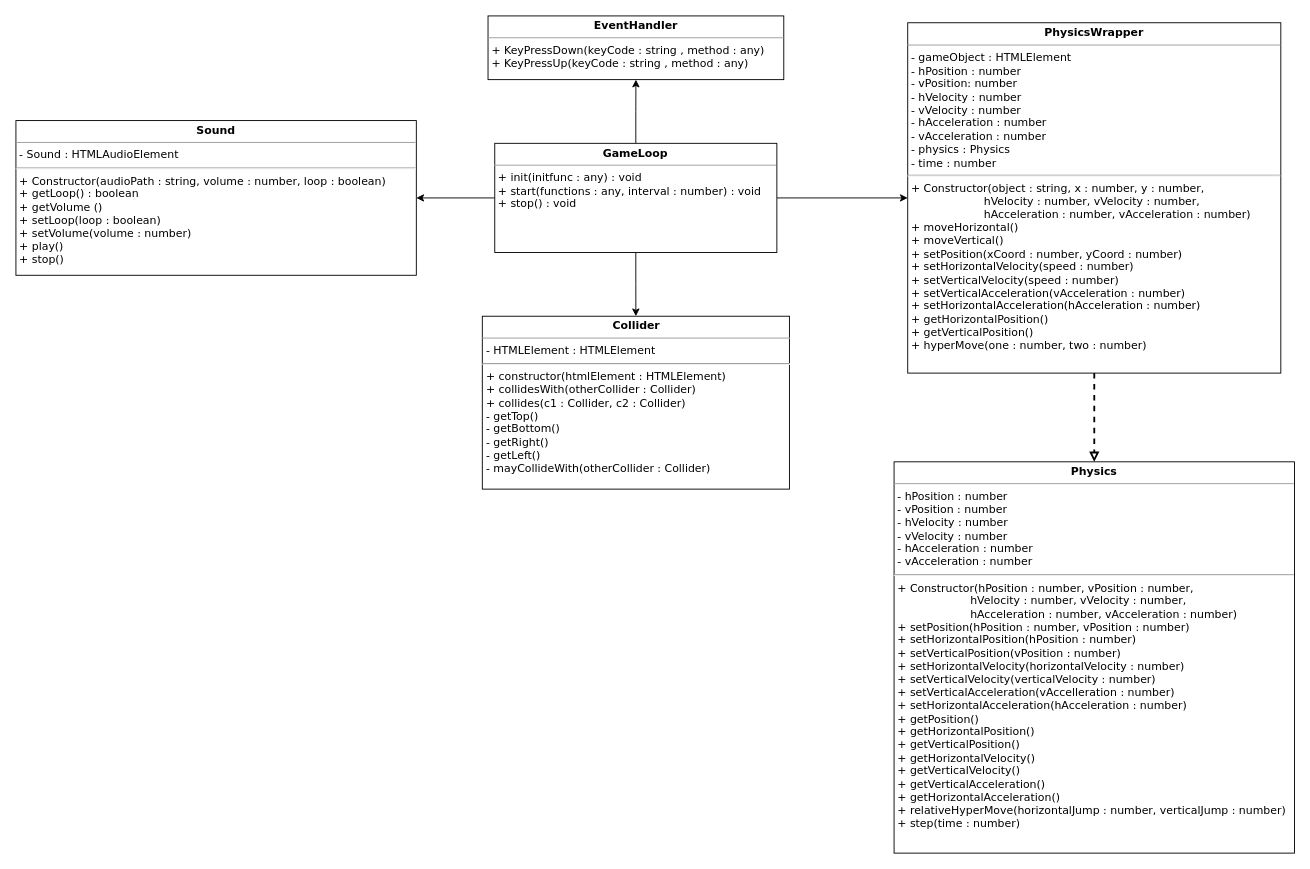
jogvanrs/flappybird2.0 keeps this draw.io diagram as flappyengine/Diagrams/Class/Class.drawio. Above is the earlier version. Source tidied: cells renumbered, new cells numbered last; positions are measured from the earlier drawing's top-left corner, leaving out a move shared by most shapes. Both pictures are drawn from the tidied source at 91%, with x=0, y=0 at pixel (15, 15).
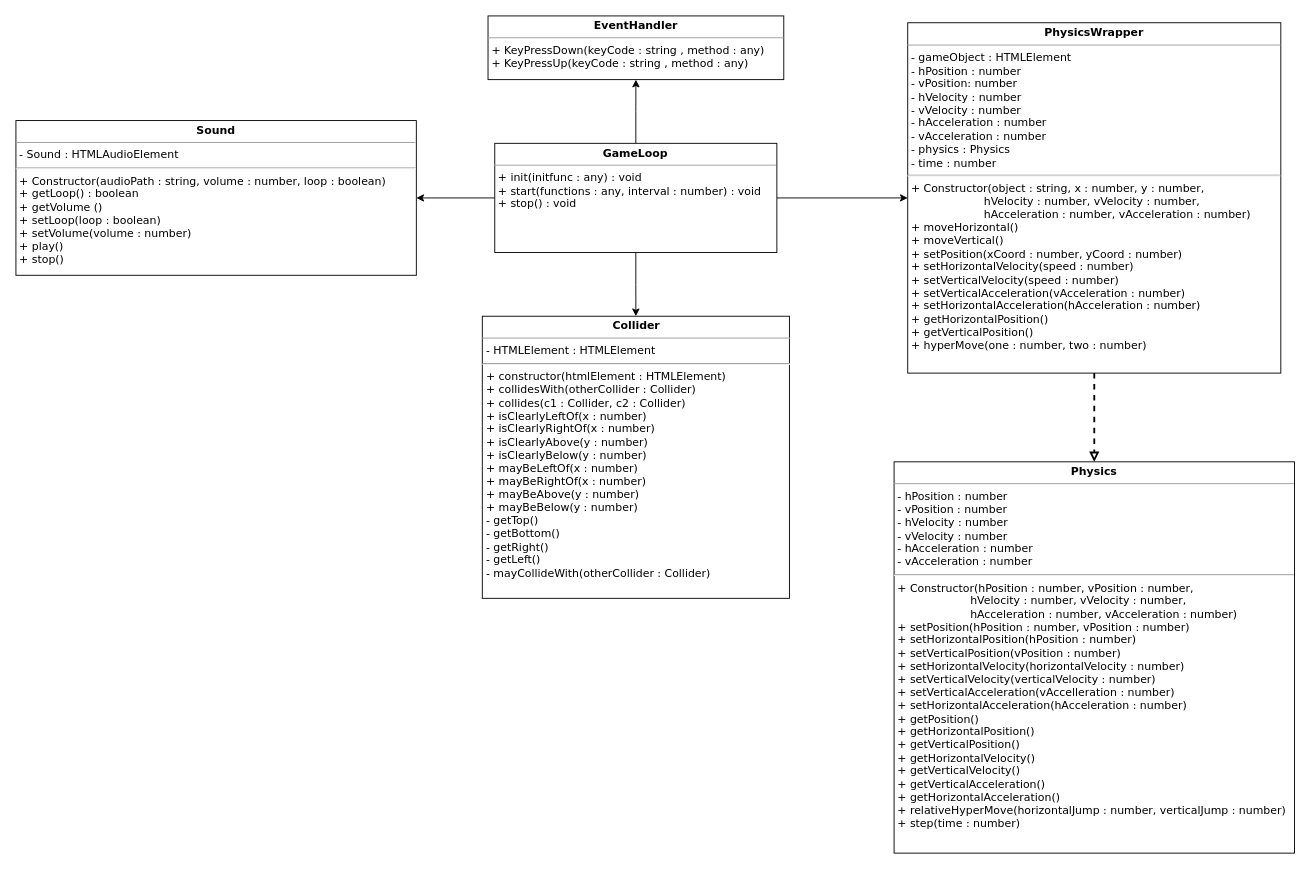
After the change.

Commit message (it also covers changes not shown here):
updated class diagram

The edit, as a diff of the source:
```diff
@@
 <mxGraphModel>
   <root>
     <mxCell id="0" />
     <mxCell id="1" parent="0" />
     <mxCell id="2" style="edgeStyle=orthogonalEdgeStyle;rounded=0;jettySize=auto;html=1;" parent="1" edge="1" source="6" target="12">
       <mxGeometry relative="1" as="geometry" />
     </mxCell>
     <mxCell id="3" style="edgeStyle=orthogonalEdgeStyle;rounded=0;jettySize=auto;html=1;entryX=0.5;entryY=1;entryDx=0;entryDy=0;" parent="1" edge="1" source="6" target="7">
       <mxGeometry relative="1" as="geometry" />
     </mxCell>
     <mxCell id="4" style="edgeStyle=orthogonalEdgeStyle;rounded=0;jettySize=auto;html=1;entryX=0.5;entryY=0;entryDx=0;entryDy=0;" parent="1" edge="1" source="6" target="8">
       <mxGeometry relative="1" as="geometry" />
     </mxCell>
     <mxCell id="5" style="edgeStyle=orthogonalEdgeStyle;rounded=0;jettySize=auto;html=1;" parent="1" edge="1" source="6" target="13">
       <mxGeometry relative="1" as="geometry" />
     </mxCell>
     <mxCell id="6" value="&lt;p style=&quot;margin: 0px ; margin-top: 4px ; text-align: center&quot;&gt;&lt;b&gt;&lt;font face=&quot;Verdana&quot;&gt;GameLoop&lt;/font&gt;&lt;/b&gt;&lt;/p&gt;&lt;hr size=&quot;1&quot;&gt;&lt;p style=&quot;margin: 0px ; margin-left: 4px&quot;&gt;&lt;font face=&quot;Verdana&quot;&gt;+ init(initfunc : any) : void&lt;br&gt;+ start(functions : any, interval : number) : void&amp;nbsp;&lt;/font&gt;&lt;/p&gt;&lt;p style=&quot;margin: 0px ; margin-left: 4px&quot;&gt;&lt;font face=&quot;Verdana&quot;&gt;+ stop() : void&lt;/font&gt;&lt;/p&gt;" style="verticalAlign=top;align=left;overflow=fill;fontSize=12;fontFamily=Helvetica;html=1;" parent="1" vertex="1">
       <mxGeometry x="526.2" y="140" width="310" height="120" as="geometry" />
     </mxCell>
     <mxCell id="7" value="&lt;p style=&quot;margin: 0px ; margin-top: 4px ; text-align: center&quot;&gt;&lt;font face=&quot;Verdana&quot;&gt;&lt;b&gt;EventHandler&lt;/b&gt;&lt;/font&gt;&lt;/p&gt;&lt;hr size=&quot;1&quot;&gt;&lt;p style=&quot;margin: 0px ; margin-left: 4px&quot;&gt;&lt;span style=&quot;font-family: &amp;#34;verdana&amp;#34;&quot;&gt;+ KeyPressDown(keyCode : string , method : any)&lt;/span&gt;&lt;br&gt;&lt;/p&gt;&lt;p style=&quot;margin: 0px ; margin-left: 4px&quot;&gt;&lt;span style=&quot;font-family: &amp;#34;verdana&amp;#34;&quot;&gt;+ KeyPressUp(keyCode : string , method : any)&lt;/span&gt;&lt;br&gt;&lt;/p&gt;" style="verticalAlign=top;align=left;overflow=fill;fontSize=12;fontFamily=Helvetica;html=1;" parent="1" vertex="1">
       <mxGeometry x="518.8" width="325" height="70" as="geometry" />
     </mxCell>
-    <mxCell id="8" value="&lt;p style=&quot;margin: 0px ; margin-top: 4px ; text-align: center&quot;&gt;&lt;b&gt;&lt;font face=&quot;Verdana&quot;&gt;Collider&lt;/font&gt;&lt;/b&gt;&lt;/p&gt;&lt;hr size=&quot;1&quot;&gt;&lt;p style=&quot;margin: 0px ; margin-left: 4px&quot;&gt;&lt;font face=&quot;Verdana&quot;&gt;- HTMLElement : HTMLElement&lt;/font&gt;&lt;/p&gt;&lt;hr&gt;&lt;p style=&quot;margin: 0px 0px 0px 4px&quot;&gt;&lt;font face=&quot;Verdana&quot;&gt;+ constructor(htmlElement : HTMLElement)&lt;/font&gt;&lt;/p&gt;&lt;p style=&quot;margin: 0px 0px 0px 4px&quot;&gt;&lt;font face=&quot;Verdana&quot;&gt;+ collidesWith(otherCollider : Collider)&lt;/font&gt;&lt;/p&gt;&lt;p style=&quot;margin: 0px 0px 0px 4px&quot;&gt;&lt;font face=&quot;Verdana&quot;&gt;+ collides(c1 : Collider, c2 : Collider)&lt;/font&gt;&lt;/p&gt;&lt;p style=&quot;margin: 0px 0px 0px 4px&quot;&gt;&lt;font face=&quot;Verdana&quot;&gt;- getTop()&lt;/font&gt;&lt;/p&gt;&lt;p style=&quot;margin: 0px 0px 0px 4px&quot;&gt;&lt;font face=&quot;Verdana&quot;&gt;- getBottom()&lt;/font&gt;&lt;/p&gt;&lt;p style=&quot;margin: 0px 0px 0px 4px&quot;&gt;&lt;font face=&quot;Verdana&quot;&gt;- getRight()&lt;/font&gt;&lt;/p&gt;&lt;p style=&quot;margin: 0px 0px 0px 4px&quot;&gt;&lt;font face=&quot;Verdana&quot;&gt;- getLeft()&lt;/font&gt;&lt;/p&gt;&lt;p style=&quot;margin: 0px 0px 0px 4px&quot;&gt;&lt;font face=&quot;Verdana&quot;&gt;- mayCollideWith(otherCollider : Collider)&lt;/font&gt;&lt;/p&gt;" style="verticalAlign=top;align=left;overflow=fill;fontSize=12;fontFamily=Helvetica;html=1;" parent="1" vertex="1">
-      <mxGeometry x="512.5" y="330" width="337.5" height="190" as="geometry" />
+    <mxCell id="8" value="&lt;p style=&quot;margin: 0px ; margin-top: 4px ; text-align: center&quot;&gt;&lt;b&gt;&lt;font face=&quot;Verdana&quot;&gt;Collider&lt;/font&gt;&lt;/b&gt;&lt;/p&gt;&lt;hr size=&quot;1&quot;&gt;&lt;p style=&quot;margin: 0px ; margin-left: 4px&quot;&gt;&lt;font face=&quot;Verdana&quot;&gt;- HTMLElement : HTMLElement&lt;/font&gt;&lt;/p&gt;&lt;hr&gt;&lt;p style=&quot;margin: 0px 0px 0px 4px&quot;&gt;&lt;font face=&quot;Verdana&quot;&gt;+ constructor(htmlElement : HTMLElement)&lt;/font&gt;&lt;/p&gt;&lt;p style=&quot;margin: 0px 0px 0px 4px&quot;&gt;&lt;font face=&quot;Verdana&quot;&gt;+ collidesWith(otherCollider : Collider)&lt;/font&gt;&lt;/p&gt;&lt;p style=&quot;margin: 0px 0px 0px 4px&quot;&gt;&lt;font face=&quot;Verdana&quot;&gt;+ collides(c1 : Collider, c2 : Collider)&lt;/font&gt;&lt;/p&gt;&lt;p style=&quot;margin: 0px 0px 0px 4px&quot;&gt;&lt;font face=&quot;Verdana&quot;&gt;+ isClearlyLeftOf(x : number)&lt;/font&gt;&lt;/p&gt;&lt;p style=&quot;margin: 0px 0px 0px 4px&quot;&gt;&lt;font face=&quot;Verdana&quot;&gt;+ isClearlyRightOf(x : number)&lt;/font&gt;&lt;/p&gt;&lt;p style=&quot;margin: 0px 0px 0px 4px&quot;&gt;&lt;font face=&quot;Verdana&quot;&gt;+ isClearlyAbove(y : number)&lt;/font&gt;&lt;/p&gt;&lt;p style=&quot;margin: 0px 0px 0px 4px&quot;&gt;&lt;font face=&quot;Verdana&quot;&gt;+ isClearlyBelow(y : number)&lt;/font&gt;&lt;/p&gt;&lt;p style=&quot;margin: 0px 0px 0px 4px&quot;&gt;&lt;font face=&quot;Verdana&quot;&gt;+ mayBeLeftOf(x : number)&lt;/font&gt;&lt;/p&gt;&lt;p style=&quot;margin: 0px 0px 0px 4px&quot;&gt;&lt;font face=&quot;Verdana&quot;&gt;+ mayBeRightOf(x : number)&lt;/font&gt;&lt;/p&gt;&lt;p style=&quot;margin: 0px 0px 0px 4px&quot;&gt;&lt;font face=&quot;Verdana&quot;&gt;+ mayBeAbove(y : number)&lt;/font&gt;&lt;/p&gt;&lt;p style=&quot;margin: 0px 0px 0px 4px&quot;&gt;&lt;font face=&quot;Verdana&quot;&gt;+ mayBeBelow(y : number)&lt;/font&gt;&lt;/p&gt;&lt;p style=&quot;margin: 0px 0px 0px 4px&quot;&gt;&lt;font face=&quot;Verdana&quot;&gt;- getTop()&lt;/font&gt;&lt;/p&gt;&lt;p style=&quot;margin: 0px 0px 0px 4px&quot;&gt;&lt;font face=&quot;Verdana&quot;&gt;- getBottom()&lt;/font&gt;&lt;/p&gt;&lt;p style=&quot;margin: 0px 0px 0px 4px&quot;&gt;&lt;font face=&quot;Verdana&quot;&gt;- getRight()&lt;/font&gt;&lt;/p&gt;&lt;p style=&quot;margin: 0px 0px 0px 4px&quot;&gt;&lt;font face=&quot;Verdana&quot;&gt;- getLeft()&lt;/font&gt;&lt;/p&gt;&lt;p style=&quot;margin: 0px 0px 0px 4px&quot;&gt;&lt;font face=&quot;Verdana&quot;&gt;- mayCollideWith(otherCollider : Collider)&lt;/font&gt;&lt;/p&gt;" style="verticalAlign=top;align=left;overflow=fill;fontSize=12;fontFamily=Helvetica;html=1;" parent="1" vertex="1">
+      <mxGeometry x="512.5" y="330" width="337.5" height="310" as="geometry" />
     </mxCell>
     <mxCell id="9" value="&lt;p style=&quot;margin: 0px ; margin-top: 4px ; text-align: center&quot;&gt;&lt;b&gt;&lt;font face=&quot;Verdana&quot;&gt;Physics&lt;/font&gt;&lt;/b&gt;&lt;/p&gt;&lt;hr size=&quot;1&quot;&gt;&lt;p style=&quot;margin: 0px ; margin-left: 4px&quot;&gt;&lt;font face=&quot;Verdana&quot;&gt;- hPosition : number&lt;/font&gt;&lt;/p&gt;&lt;p style=&quot;margin: 0px ; margin-left: 4px&quot;&gt;&lt;font face=&quot;Verdana&quot;&gt;- vPosition : number&lt;/font&gt;&lt;/p&gt;&lt;p style=&quot;margin: 0px ; margin-left: 4px&quot;&gt;&lt;font face=&quot;Verdana&quot;&gt;- hVelocity : number&lt;/font&gt;&lt;/p&gt;&lt;p style=&quot;margin: 0px ; margin-left: 4px&quot;&gt;&lt;font face=&quot;Verdana&quot;&gt;- vVelocity : number&lt;/font&gt;&lt;/p&gt;&lt;p style=&quot;margin: 0px ; margin-left: 4px&quot;&gt;&lt;font face=&quot;Verdana&quot;&gt;- hAcceleration : number&lt;/font&gt;&lt;/p&gt;&lt;p style=&quot;margin: 0px ; margin-left: 4px&quot;&gt;&lt;font face=&quot;Verdana&quot;&gt;- vAcceleration : number&lt;/font&gt;&lt;/p&gt;&lt;hr&gt;&lt;p style=&quot;margin: 0px 0px 0px 4px&quot;&gt;&lt;font face=&quot;Verdana&quot;&gt;+ Constructor(hPosition : number, vPosition : number,&lt;/font&gt;&lt;/p&gt;&lt;p style=&quot;margin: 0px 0px 0px 4px&quot;&gt;&lt;font face=&quot;Verdana&quot;&gt;&amp;nbsp; &amp;nbsp; &amp;nbsp; &amp;nbsp; &amp;nbsp; &amp;nbsp; &amp;nbsp; &amp;nbsp; &amp;nbsp; &amp;nbsp; &amp;nbsp;hVelocity : number, vVelocity : number,&lt;/font&gt;&lt;/p&gt;&lt;p style=&quot;margin: 0px 0px 0px 4px&quot;&gt;&lt;font face=&quot;Verdana&quot;&gt;&amp;nbsp; &amp;nbsp; &amp;nbsp; &amp;nbsp; &amp;nbsp; &amp;nbsp; &amp;nbsp; &amp;nbsp; &amp;nbsp; &amp;nbsp; &amp;nbsp;hAcceleration : number, vAcceleration : number)&amp;nbsp;&lt;/font&gt;&lt;/p&gt;&lt;p style=&quot;margin: 0px 0px 0px 4px&quot;&gt;&lt;font face=&quot;Verdana&quot;&gt;+ setPosition(hPosition : number, vPosition : number)&lt;/font&gt;&lt;/p&gt;&lt;p style=&quot;margin: 0px 0px 0px 4px&quot;&gt;&lt;font face=&quot;Verdana&quot;&gt;+ setHorizontalPosition(hPosition : number)&lt;/font&gt;&lt;/p&gt;&lt;p style=&quot;margin: 0px 0px 0px 4px&quot;&gt;&lt;font face=&quot;Verdana&quot;&gt;+ setVerticalPosition(vPosition : number)&lt;/font&gt;&lt;/p&gt;&lt;p style=&quot;margin: 0px 0px 0px 4px&quot;&gt;&lt;font face=&quot;Verdana&quot;&gt;+ setHorizontalVelocity(horizontalVelocity : number)&lt;/font&gt;&lt;/p&gt;&lt;p style=&quot;margin: 0px 0px 0px 4px&quot;&gt;&lt;font face=&quot;Verdana&quot;&gt;+ setVerticalVelocity(verticalVelocity : number)&amp;nbsp;&lt;/font&gt;&lt;/p&gt;&lt;p style=&quot;margin: 0px 0px 0px 4px&quot;&gt;&lt;font face=&quot;Verdana&quot;&gt;+ setVerticalAcceleration(vAccelleration : number)&lt;/font&gt;&lt;/p&gt;&lt;p style=&quot;margin: 0px 0px 0px 4px&quot;&gt;&lt;font face=&quot;Verdana&quot;&gt;+ setHorizontalAcceleration(hAcceleration : number)&lt;/font&gt;&lt;/p&gt;&lt;p style=&quot;margin: 0px 0px 0px 4px&quot;&gt;&lt;font face=&quot;Verdana&quot;&gt;+ getPosition()&lt;/font&gt;&lt;/p&gt;&lt;p style=&quot;margin: 0px 0px 0px 4px&quot;&gt;&lt;font face=&quot;Verdana&quot;&gt;+ getHorizontalPosition()&lt;/font&gt;&lt;/p&gt;&lt;p style=&quot;margin: 0px 0px 0px 4px&quot;&gt;&lt;font face=&quot;Verdana&quot;&gt;+ getVerticalPosition()&lt;/font&gt;&lt;/p&gt;&lt;p style=&quot;margin: 0px 0px 0px 4px&quot;&gt;&lt;font face=&quot;Verdana&quot;&gt;+ getHorizontalVelocity()&lt;/font&gt;&lt;/p&gt;&lt;p style=&quot;margin: 0px 0px 0px 4px&quot;&gt;&lt;font face=&quot;Verdana&quot;&gt;+ getVerticalVelocity()&amp;nbsp;&lt;/font&gt;&lt;/p&gt;&lt;p style=&quot;margin: 0px 0px 0px 4px&quot;&gt;&lt;font face=&quot;Verdana&quot;&gt;+ getVerticalAcceleration()&lt;/font&gt;&lt;/p&gt;&lt;p style=&quot;margin: 0px 0px 0px 4px&quot;&gt;&lt;font face=&quot;Verdana&quot;&gt;+ getHorizontalAcceleration()&lt;/font&gt;&lt;/p&gt;&lt;p style=&quot;margin: 0px 0px 0px 4px&quot;&gt;&lt;font face=&quot;Verdana&quot;&gt;+ relativeHyperMove(horizontalJump : number, verticalJump : number)&lt;/font&gt;&lt;/p&gt;&lt;p style=&quot;margin: 0px 0px 0px 4px&quot;&gt;&lt;font face=&quot;Verdana&quot;&gt;+ step(time : number)&lt;/font&gt;&lt;/p&gt;" style="verticalAlign=top;align=left;overflow=fill;fontSize=12;fontFamily=Helvetica;html=1;" parent="1" vertex="1">
       <mxGeometry x="965" y="490" width="440" height="430" as="geometry" />
     </mxCell>
     <mxCell id="10" style="edgeStyle=orthogonalEdgeStyle;rounded=0;orthogonalLoop=1;jettySize=auto;html=1;exitX=0.5;exitY=1;exitDx=0;exitDy=0;" parent="1" edge="1" source="6" target="6">
       <mxGeometry relative="1" as="geometry" />
     </mxCell>
     <mxCell id="11" style="edgeStyle=orthogonalEdgeStyle;rounded=0;jettySize=auto;html=1;dashed=1;strokeWidth=2;endArrow=block;endFill=0;" parent="1" edge="1" source="12" target="9">
       <mxGeometry relative="1" as="geometry" />
     </mxCell>
     <mxCell id="12" value="&lt;p style=&quot;margin: 0px ; margin-top: 4px ; text-align: center&quot;&gt;&lt;b&gt;&lt;font face=&quot;Verdana&quot;&gt;PhysicsWrapper&lt;/font&gt;&lt;/b&gt;&lt;/p&gt;&lt;hr size=&quot;1&quot;&gt;&lt;p style=&quot;margin: 0px ; margin-left: 4px&quot;&gt;&lt;font face=&quot;Verdana&quot;&gt;- gameObject : HTMLElement&lt;/font&gt;&lt;/p&gt;&lt;p style=&quot;margin: 0px ; margin-left: 4px&quot;&gt;&lt;font face=&quot;Verdana&quot;&gt;- hPosition : number&lt;/font&gt;&lt;/p&gt;&lt;p style=&quot;margin: 0px ; margin-left: 4px&quot;&gt;&lt;font face=&quot;Verdana&quot;&gt;- vPosition: number&lt;/font&gt;&lt;/p&gt;&lt;p style=&quot;margin: 0px ; margin-left: 4px&quot;&gt;&lt;font face=&quot;Verdana&quot;&gt;- hVelocity : number&lt;/font&gt;&lt;/p&gt;&lt;p style=&quot;margin: 0px ; margin-left: 4px&quot;&gt;&lt;font face=&quot;Verdana&quot;&gt;- vVelocity : number&lt;/font&gt;&lt;/p&gt;&lt;p style=&quot;margin: 0px ; margin-left: 4px&quot;&gt;&lt;font face=&quot;Verdana&quot;&gt;- hAcceleration : number&lt;/font&gt;&lt;/p&gt;&lt;p style=&quot;margin: 0px ; margin-left: 4px&quot;&gt;&lt;font face=&quot;Verdana&quot;&gt;- vAcceleration : number&lt;/font&gt;&lt;/p&gt;&lt;p style=&quot;margin: 0px ; margin-left: 4px&quot;&gt;&lt;font face=&quot;Verdana&quot;&gt;- physics : Physics&lt;/font&gt;&lt;/p&gt;&lt;p style=&quot;margin: 0px ; margin-left: 4px&quot;&gt;&lt;font face=&quot;Verdana&quot;&gt;- time : number&lt;/font&gt;&lt;/p&gt;&lt;hr&gt;&lt;p style=&quot;margin: 0px 0px 0px 4px&quot;&gt;&lt;font face=&quot;Verdana&quot;&gt;+ Constructor(object : string, x : number, y : number,&lt;/font&gt;&lt;/p&gt;&lt;p style=&quot;margin: 0px 0px 0px 4px&quot;&gt;&lt;font face=&quot;Verdana&quot;&gt;&amp;nbsp; &amp;nbsp; &amp;nbsp; &amp;nbsp; &amp;nbsp; &amp;nbsp; &amp;nbsp; &amp;nbsp; &amp;nbsp; &amp;nbsp; &amp;nbsp;hVelocity : number, vVelocity : number,&lt;/font&gt;&lt;/p&gt;&lt;p style=&quot;margin: 0px 0px 0px 4px&quot;&gt;&lt;font face=&quot;Verdana&quot;&gt;&amp;nbsp; &amp;nbsp; &amp;nbsp; &amp;nbsp; &amp;nbsp; &amp;nbsp; &amp;nbsp; &amp;nbsp; &amp;nbsp; &amp;nbsp; &amp;nbsp;hAcceleration : number, vAcceleration : number)&amp;nbsp;&lt;/font&gt;&lt;/p&gt;&lt;p style=&quot;margin: 0px 0px 0px 4px&quot;&gt;&lt;font face=&quot;Verdana&quot;&gt;+ moveHorizontal()&lt;/font&gt;&lt;/p&gt;&lt;p style=&quot;margin: 0px 0px 0px 4px&quot;&gt;&lt;font face=&quot;Verdana&quot;&gt;+ moveVertical()&lt;/font&gt;&lt;/p&gt;&lt;p style=&quot;margin: 0px 0px 0px 4px&quot;&gt;&lt;font face=&quot;Verdana&quot;&gt;+ setPosition(xCoord : number, yCoord : number)&lt;/font&gt;&lt;/p&gt;&lt;p style=&quot;margin: 0px 0px 0px 4px&quot;&gt;&lt;font face=&quot;Verdana&quot;&gt;+ setHorizontalVelocity(speed : number)&lt;/font&gt;&lt;/p&gt;&lt;p style=&quot;margin: 0px 0px 0px 4px&quot;&gt;&lt;font face=&quot;Verdana&quot;&gt;+ setVerticalVelocity(speed : number)&amp;nbsp;&lt;/font&gt;&lt;/p&gt;&lt;p style=&quot;margin: 0px 0px 0px 4px&quot;&gt;&lt;font face=&quot;Verdana&quot;&gt;+ setVerticalAcceleration(vAcceleration : number)&lt;/font&gt;&lt;/p&gt;&lt;p style=&quot;margin: 0px 0px 0px 4px&quot;&gt;&lt;font face=&quot;Verdana&quot;&gt;+ setHorizontalAcceleration(hAcceleration : number)&lt;/font&gt;&lt;/p&gt;&lt;p style=&quot;margin: 0px 0px 0px 4px&quot;&gt;&lt;font face=&quot;Verdana&quot;&gt;+ getHorizontalPosition()&lt;/font&gt;&lt;/p&gt;&lt;p style=&quot;margin: 0px 0px 0px 4px&quot;&gt;&lt;font face=&quot;Verdana&quot;&gt;+ getVerticalPosition()&lt;/font&gt;&lt;/p&gt;&lt;p style=&quot;margin: 0px 0px 0px 4px&quot;&gt;&lt;font face=&quot;Verdana&quot;&gt;+ hyperMove(one : number, two : number)&lt;/font&gt;&lt;/p&gt;" style="verticalAlign=top;align=left;overflow=fill;fontSize=12;fontFamily=Helvetica;html=1;" parent="1" vertex="1">
       <mxGeometry x="980" y="7.5" width="410" height="385" as="geometry" />
     </mxCell>
     <mxCell id="13" value="&lt;p style=&quot;margin: 0px ; margin-top: 4px ; text-align: center&quot;&gt;&lt;font face=&quot;Verdana&quot;&gt;&lt;b&gt;Sound&lt;/b&gt;&lt;/font&gt;&lt;/p&gt;&lt;hr size=&quot;1&quot;&gt;&lt;p style=&quot;margin: 0px ; margin-left: 4px&quot;&gt;&lt;font face=&quot;Verdana&quot;&gt;- Sound : HTMLAudioElement&lt;br&gt;&lt;/font&gt;&lt;/p&gt;&lt;hr&gt;&lt;p style=&quot;margin: 0px 0px 0px 4px&quot;&gt;&lt;font face=&quot;Verdana&quot;&gt;+ Constructor(audioPath : string, volume : number, loop : boolean)&lt;/font&gt;&lt;/p&gt;&lt;p style=&quot;margin: 0px 0px 0px 4px&quot;&gt;&lt;font face=&quot;Verdana&quot;&gt;+ getLoop() : boolean&lt;/font&gt;&lt;/p&gt;&lt;p style=&quot;margin: 0px 0px 0px 4px&quot;&gt;&lt;font face=&quot;Verdana&quot;&gt;+ getVolume ()&lt;/font&gt;&lt;/p&gt;&lt;p style=&quot;margin: 0px 0px 0px 4px&quot;&gt;&lt;font face=&quot;Verdana&quot;&gt;+ setLoop(loop : boolean)&lt;/font&gt;&lt;/p&gt;&lt;p style=&quot;margin: 0px 0px 0px 4px&quot;&gt;&lt;font face=&quot;Verdana&quot;&gt;+ setVolume(volume : number)&lt;/font&gt;&lt;/p&gt;&lt;p style=&quot;margin: 0px 0px 0px 4px&quot;&gt;&lt;font face=&quot;Verdana&quot;&gt;+ play()&lt;/font&gt;&lt;/p&gt;&lt;p style=&quot;margin: 0px 0px 0px 4px&quot;&gt;&lt;font face=&quot;Verdana&quot;&gt;+ stop()&lt;/font&gt;&lt;/p&gt;&lt;p style=&quot;margin: 0px 0px 0px 4px&quot;&gt;&lt;font face=&quot;Verdana&quot;&gt;&lt;br&gt;&lt;/font&gt;&lt;/p&gt;" style="verticalAlign=top;align=left;overflow=fill;fontSize=12;fontFamily=Helvetica;html=1;" parent="1" vertex="1">
       <mxGeometry y="115" width="440" height="170" as="geometry" />
     </mxCell>
   </root>
 </mxGraphModel>
```
